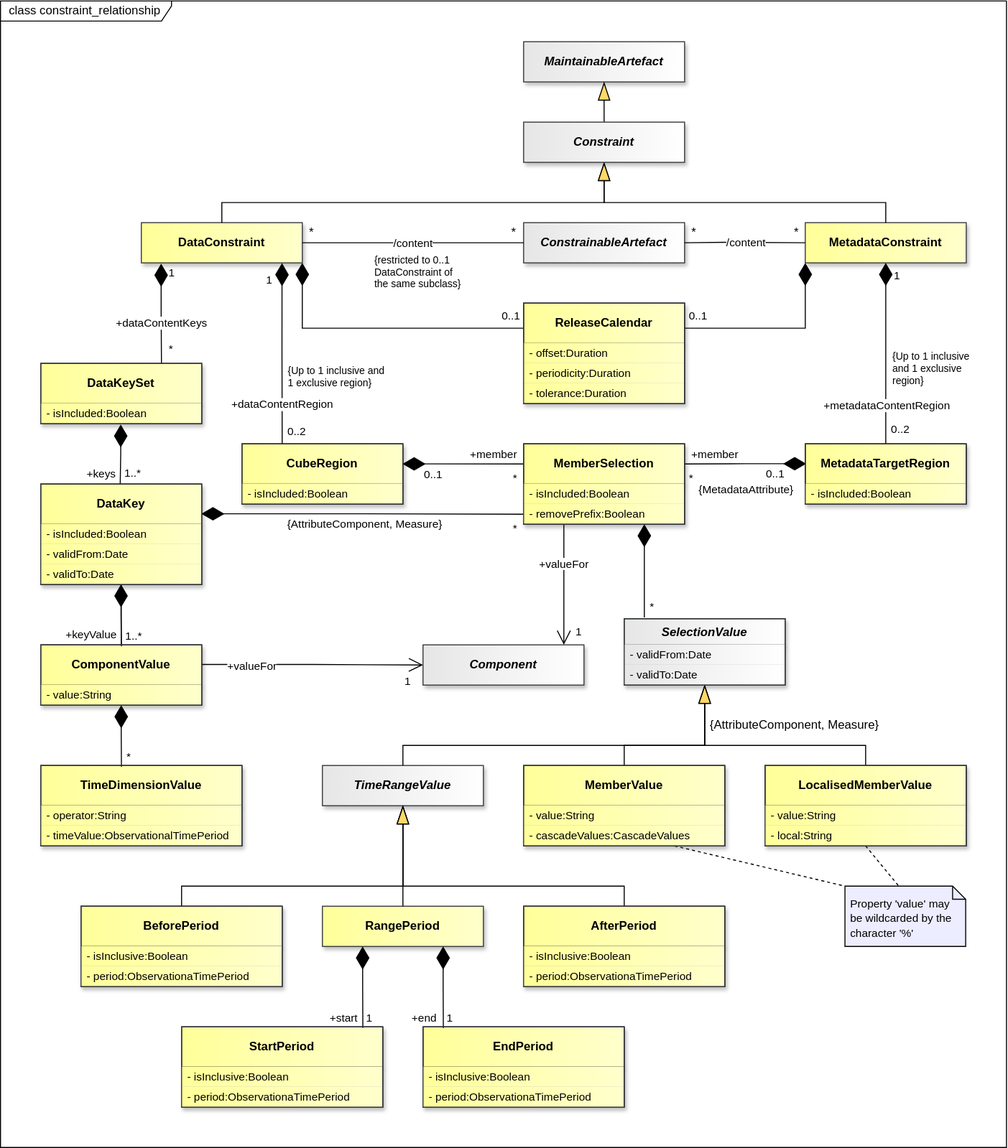
Before: docs/information_model/media/sdmx_registry-constraint_relationship.svg, a diagram exported from draw.io (sdmx-twg/sdmx-im). Source tidied: cells renumbered, new cells last; positions are measured from the earlier drawing's top-left corner, leaving out a move shared by most shapes.
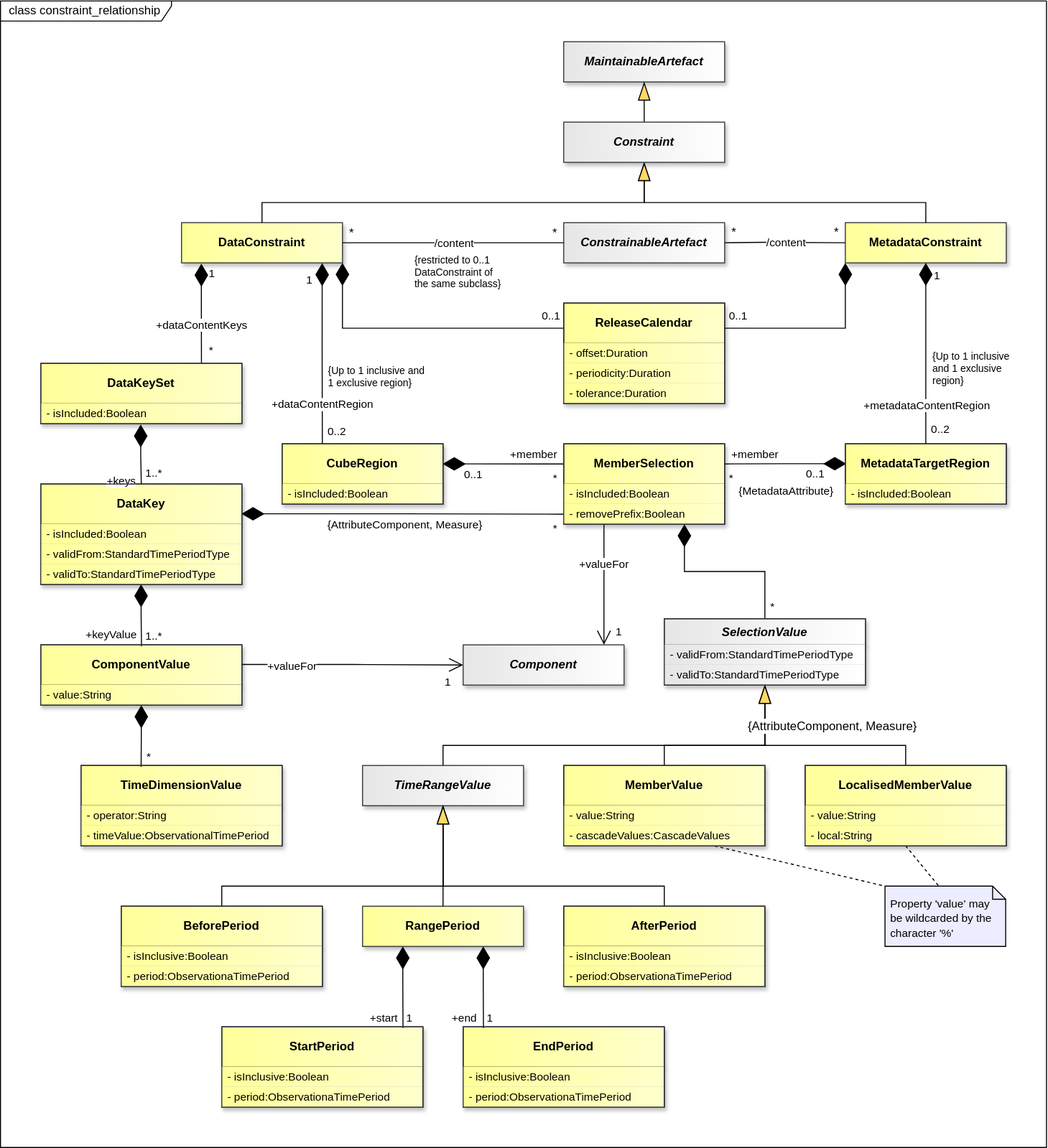
The same diagram one commit later.

Commit message:
https://github.com/sdmx-twg/sdmx-im/issues/40

What changed in the source:
```diff
@@ -131,3 +131,3 @@
     <mxCell id="44" value="&amp;nbsp; class constraint_relationship" style="shape=umlFrame;whiteSpace=wrap;html=1;fillColor=light-dark(#FFFFFF,#121212);swimlaneFillColor=light-dark(#FFFFFF,#121212);width=170;height=20;align=left;" parent="1" vertex="1">
-      <mxGeometry y="-0.5" width="1000" height="1140.5" as="geometry" />
+      <mxGeometry x="-40" y="-0.5" width="1040" height="1140.5" as="geometry" />
     </mxCell>
@@ -171,6 +171,6 @@
     <mxCell id="54" value="DataKeySet" style="swimlane;fontStyle=1;align=center;verticalAlign=middle;horizontal=1;startSize=40;whiteSpace=wrap;html=1;fillColor=light-dark(#FFFF99,#FFFF99);strokeColor=light-dark(#000000,#000000);gradientDirection=east;swimlaneLine=1;fontColor=light-dark(#000000,#000000);labelBackgroundColor=none;textShadow=0;gradientColor=light-dark(#FFFFCC,#FFFFCC);shadow=1;" parent="1" vertex="1">
-      <mxGeometry x="40" y="360" width="160" height="60" as="geometry" />
+      <mxGeometry y="360" width="200" height="60" as="geometry" />
     </mxCell>
     <mxCell id="55" value="- isIncluded:Boolean" style="text;strokeColor=none;fillColor=light-dark(#FFFF99,#FFFF99);align=left;verticalAlign=middle;spacingLeft=4;spacingRight=4;overflow=hidden;points=[[0,0.5],[1,0.5]];portConstraint=eastwest;whiteSpace=wrap;html=1;fontFamily=Helvetica;fontSize=11;fontColor=light-dark(#000000,#000000);gradientColor=light-dark(#FFFFCC,#FFFFCC);gradientDirection=east;shadow=1;" parent="54" vertex="1">
-      <mxGeometry y="40" width="160" height="20" as="geometry" />
+      <mxGeometry y="40" width="200" height="20" as="geometry" />
     </mxCell>
@@ -200,4 +200,4 @@
     </mxCell>
-    <mxCell id="62" style="endArrow=none;html=1;endSize=12;startArrow=diamondThin;startSize=20;startFill=1;edgeStyle=orthogonalEdgeStyle;rounded=0;endFill=0;strokeColor=light-dark(#000000,#FFFFFF);fontColor=light-dark(#000000,#FFFFFF);labelBackgroundColor=none;entryX=0.75;entryY=0;entryDx=0;entryDy=0;exitX=0.123;exitY=1.019;exitDx=0;exitDy=0;exitPerimeter=0;" parent="1" edge="1" source="47" target="54">
-      <mxGeometry x="-0.54" relative="1" as="geometry" />
+    <mxCell id="62" style="endArrow=none;html=1;endSize=12;startArrow=diamondThin;startSize=20;startFill=1;edgeStyle=orthogonalEdgeStyle;rounded=0;endFill=0;strokeColor=light-dark(#000000,#FFFFFF);fontColor=light-dark(#000000,#FFFFFF);labelBackgroundColor=none;entryX=0.799;entryY=0.011;entryDx=0;entryDy=0;exitX=0.123;exitY=1.019;exitDx=0;exitDy=0;exitPerimeter=0;entryPerimeter=0;" parent="1" edge="1" source="47" target="181">
+      <mxGeometry x="-0.5" relative="1" as="geometry" />
     </mxCell>
@@ -209,3 +209,3 @@
     <mxCell id="64" value="1" style="edgeLabel;html=1;align=center;verticalAlign=middle;fontSize=11;labelBackgroundColor=none;" parent="62" vertex="1">
-      <mxGeometry x="-0.82" y="3" relative="1" as="geometry">
+      <mxGeometry x="-0.8" y="3" relative="1" as="geometry">
         <mxPoint x="7" as="offset" />
@@ -214,3 +214,3 @@
     <mxCell id="65" value="+dataContentKeys" style="edgeLabel;html=1;align=center;verticalAlign=middle;fontSize=11;labelBackgroundColor=default;" parent="62" vertex="1">
-      <mxGeometry x="-0.54" relative="1" as="geometry">
+      <mxGeometry x="-0.5" relative="1" as="geometry">
         <mxPoint y="36" as="offset" />
@@ -317,16 +317,13 @@
     </mxCell>
-    <mxCell id="89" style="edgeStyle=none;curved=1;rounded=0;curveGeometry=1;jettySize=auto;html=1;fontSize=12;startSize=8;endSize=8;" parent="1" edge="1" source="90" target="117">
-      <mxGeometry relative="1" as="geometry" />
-    </mxCell>
     <mxCell id="90" value="DataKey" style="swimlane;fontStyle=1;align=center;verticalAlign=middle;horizontal=1;startSize=40;whiteSpace=wrap;html=1;fillColor=light-dark(#FFFF99,#FFFF99);strokeColor=light-dark(#000000,#000000);gradientDirection=east;swimlaneLine=1;fontColor=light-dark(#000000,#000000);labelBackgroundColor=none;textShadow=0;gradientColor=light-dark(#FFFFCC,#FFFFCC);shadow=1;" parent="1" vertex="1">
-      <mxGeometry x="40" y="480" width="160" height="100" as="geometry" />
+      <mxGeometry y="480" width="200" height="100" as="geometry" />
     </mxCell>
     <mxCell id="91" value="- isIncluded:Boolean" style="text;strokeColor=none;fillColor=light-dark(#FFFF99,#FFFF99);align=left;verticalAlign=middle;spacingLeft=4;spacingRight=4;overflow=hidden;whiteSpace=wrap;html=1;fontFamily=Helvetica;fontSize=11;fontColor=light-dark(#000000,#000000);gradientColor=light-dark(#FFFFCC,#FFFFCC);gradientDirection=east;shadow=1;" parent="90" vertex="1">
-      <mxGeometry y="40" width="160" height="20" as="geometry" />
+      <mxGeometry y="40" width="200" height="20" as="geometry" />
     </mxCell>
-    <mxCell id="92" value="- validFrom:Date" style="text;strokeColor=none;fillColor=light-dark(#FFFF99,#FFFF99);align=left;verticalAlign=middle;spacingLeft=4;spacingRight=4;overflow=hidden;whiteSpace=wrap;html=1;fontFamily=Helvetica;fontSize=11;fontColor=light-dark(#000000,#000000);gradientColor=light-dark(#FFFFCC,#FFFFCC);gradientDirection=east;shadow=1;" parent="90" vertex="1">
-      <mxGeometry y="60" width="160" height="20" as="geometry" />
+    <mxCell id="92" value="- validFrom:StandardTimePeriodType" style="text;strokeColor=none;fillColor=light-dark(#FFFF99,#FFFF99);align=left;verticalAlign=middle;spacingLeft=4;spacingRight=4;overflow=hidden;whiteSpace=wrap;html=1;fontFamily=Helvetica;fontSize=11;fontColor=light-dark(#000000,#000000);gradientColor=light-dark(#FFFFCC,#FFFFCC);gradientDirection=east;shadow=1;" parent="90" vertex="1">
+      <mxGeometry y="60" width="200" height="20" as="geometry" />
     </mxCell>
-    <mxCell id="93" value="- validTo:Date" style="text;strokeColor=none;fillColor=light-dark(#FFFF99,#FFFF99);align=left;verticalAlign=middle;spacingLeft=4;spacingRight=4;overflow=hidden;points=[[0,0.5],[1,0.5]];portConstraint=eastwest;whiteSpace=wrap;html=1;fontFamily=Helvetica;fontSize=11;fontColor=light-dark(#000000,#000000);gradientColor=light-dark(#FFFFCC,#FFFFCC);gradientDirection=east;shadow=1;" parent="90" vertex="1">
-      <mxGeometry y="80" width="160" height="20" as="geometry" />
+    <mxCell id="93" value="- validTo:StandardTimePeriodType" style="text;strokeColor=none;fillColor=light-dark(#FFFF99,#FFFF99);align=left;verticalAlign=middle;spacingLeft=4;spacingRight=4;overflow=hidden;points=[[0,0.5],[1,0.5]];portConstraint=eastwest;whiteSpace=wrap;html=1;fontFamily=Helvetica;fontSize=11;fontColor=light-dark(#000000,#000000);gradientColor=light-dark(#FFFFCC,#FFFFCC);gradientDirection=east;shadow=1;" parent="90" vertex="1">
+      <mxGeometry y="80" width="200" height="20" as="geometry" />
     </mxCell>
@@ -386,9 +383,9 @@
     <mxCell id="107" value="SelectionValue" style="swimlane;fontStyle=3;align=center;verticalAlign=top;horizontal=1;startSize=26;whiteSpace=wrap;html=1;strokeColor=#36393d;fontFamily=Helvetica;fontSize=12;fillColor=light-dark(#E6E6E6,#E6E6E6);gradientDirection=east;gradientColor=light-dark(#FFFFFF,#FFFFFF);fontColor=light-dark(#000000,#000000);shadow=1;" parent="1" vertex="1">
-      <mxGeometry x="620" y="614" width="160" height="66" as="geometry" />
+      <mxGeometry x="620" y="614" width="200" height="66" as="geometry" />
     </mxCell>
-    <mxCell id="108" value="- validFrom:Date" style="text;strokeColor=none;fillColor=light-dark(#E6E6E6,#E6E6E6);align=left;verticalAlign=middle;spacingLeft=4;spacingRight=4;overflow=hidden;whiteSpace=wrap;html=1;fontFamily=Helvetica;fontSize=11;fontColor=light-dark(#000000,#000000);fontStyle=0;gradientColor=light-dark(#FFFFFF,#FFFFFF);gradientDirection=east;shadow=1;" parent="107" vertex="1">
-      <mxGeometry y="26" width="160" height="20" as="geometry" />
+    <mxCell id="108" value="- validFrom:StandardTimePeriodType" style="text;strokeColor=none;fillColor=light-dark(#E6E6E6,#E6E6E6);align=left;verticalAlign=middle;spacingLeft=4;spacingRight=4;overflow=hidden;whiteSpace=wrap;html=1;fontFamily=Helvetica;fontSize=11;fontColor=light-dark(#000000,#000000);fontStyle=0;gradientColor=light-dark(#FFFFFF,#FFFFFF);gradientDirection=east;shadow=1;" parent="107" vertex="1">
+      <mxGeometry y="26" width="200" height="20" as="geometry" />
     </mxCell>
-    <mxCell id="109" value="- validTo:Date" style="text;strokeColor=none;fillColor=light-dark(#E6E6E6,#E6E6E6);align=left;verticalAlign=middle;spacingLeft=4;spacingRight=4;overflow=hidden;whiteSpace=wrap;html=1;fontFamily=Helvetica;fontSize=11;fontColor=light-dark(#000000,#000000);fontStyle=0;gradientColor=light-dark(#FFFFFF,#FFFFFF);gradientDirection=east;shadow=1;" parent="107" vertex="1">
-      <mxGeometry y="46" width="160" height="20" as="geometry" />
+    <mxCell id="109" value="- validTo:StandardTimePeriodType" style="text;strokeColor=none;fillColor=light-dark(#E6E6E6,#E6E6E6);align=left;verticalAlign=middle;spacingLeft=4;spacingRight=4;overflow=hidden;whiteSpace=wrap;html=1;fontFamily=Helvetica;fontSize=11;fontColor=light-dark(#000000,#000000);fontStyle=0;gradientColor=light-dark(#FFFFFF,#FFFFFF);gradientDirection=east;shadow=1;" parent="107" vertex="1">
+      <mxGeometry y="46" width="200" height="20" as="geometry" />
     </mxCell>
@@ -407,6 +404,4 @@
     </mxCell>
-    <mxCell id="113" style="endArrow=none;html=1;endSize=12;startArrow=diamondThin;startSize=20;startFill=1;edgeStyle=orthogonalEdgeStyle;rounded=0;endFill=0;strokeColor=light-dark(#000000,#FFFFFF);fontColor=light-dark(#000000,#FFFFFF);labelBackgroundColor=none;exitX=0.497;exitY=1.036;exitDx=0;exitDy=0;exitPerimeter=0;" parent="1" edge="1" source="55">
-      <mxGeometry x="-0.29" relative="1" as="geometry">
-        <mxPoint x="119" y="480" as="targetPoint" />
-      </mxGeometry>
+    <mxCell id="113" style="endArrow=none;html=1;endSize=12;startArrow=diamondThin;startSize=20;startFill=1;edgeStyle=orthogonalEdgeStyle;rounded=0;endFill=0;strokeColor=light-dark(#000000,#FFFFFF);fontColor=light-dark(#000000,#FFFFFF);labelBackgroundColor=none;exitX=0.497;exitY=1.036;exitDx=0;exitDy=0;exitPerimeter=0;entryX=0.5;entryY=0;entryDx=0;entryDy=0;" parent="1" edge="1" source="55" target="180">
+      <mxGeometry x="-0.06" relative="1" as="geometry" />
     </mxCell>
@@ -418,3 +413,3 @@
     <mxCell id="115" value="+keys" style="edgeLabel;html=1;align=center;verticalAlign=middle;fontSize=11;labelBackgroundColor=default;" parent="113" vertex="1">
-      <mxGeometry x="-0.29" relative="1" as="geometry">
+      <mxGeometry x="-0.06" relative="1" as="geometry">
         <mxPoint x="-20" y="28" as="offset" />
@@ -423,9 +418,9 @@
     <mxCell id="116" value="ComponentValue" style="swimlane;fontStyle=1;align=center;verticalAlign=middle;horizontal=1;startSize=40;whiteSpace=wrap;html=1;fillColor=light-dark(#FFFF99,#FFFF99);strokeColor=light-dark(#000000,#000000);gradientDirection=east;swimlaneLine=1;fontColor=light-dark(#000000,#000000);labelBackgroundColor=none;textShadow=0;gradientColor=light-dark(#FFFFCC,#FFFFCC);shadow=1;" parent="1" vertex="1">
-      <mxGeometry x="40" y="640" width="160" height="60" as="geometry" />
+      <mxGeometry y="640" width="200" height="60" as="geometry" />
     </mxCell>
     <mxCell id="117" value="- value:String" style="text;strokeColor=none;fillColor=light-dark(#FFFF99,#FFFF99);align=left;verticalAlign=middle;spacingLeft=4;spacingRight=4;overflow=hidden;points=[[0,0.5],[1,0.5]];portConstraint=eastwest;whiteSpace=wrap;html=1;fontFamily=Helvetica;fontSize=11;fontColor=light-dark(#000000,#000000);gradientColor=light-dark(#FFFFCC,#FFFFCC);gradientDirection=east;shadow=1;" parent="116" vertex="1">
-      <mxGeometry y="40" width="160" height="20" as="geometry" />
+      <mxGeometry y="40" width="200" height="20" as="geometry" />
     </mxCell>
-    <mxCell id="118" style="endArrow=none;html=1;endSize=12;startArrow=diamondThin;startSize=20;startFill=1;edgeStyle=orthogonalEdgeStyle;rounded=0;endFill=0;strokeColor=light-dark(#000000,#FFFFFF);fontColor=light-dark(#000000,#FFFFFF);labelBackgroundColor=none;exitX=0.75;exitY=1;exitDx=0;exitDy=0;entryX=0.125;entryY=-0.019;entryDx=0;entryDy=0;entryPerimeter=0;" parent="1" edge="1" source="94" target="107">
-      <mxGeometry x="-0.52" relative="1" as="geometry" />
+    <mxCell id="118" style="endArrow=none;html=1;endSize=12;startArrow=diamondThin;startSize=20;startFill=1;edgeStyle=orthogonalEdgeStyle;rounded=0;endFill=0;strokeColor=light-dark(#000000,#FFFFFF);fontColor=light-dark(#000000,#FFFFFF);labelBackgroundColor=none;exitX=0.75;exitY=1;exitDx=0;exitDy=0;entryX=0.5;entryY=0;entryDx=0;entryDy=0;" parent="1" edge="1" source="94" target="173">
+      <mxGeometry x="-0.49" relative="1" as="geometry" />
     </mxCell>
@@ -497,3 +492,3 @@
     </mxCell>
-    <mxCell id="137" style="endArrow=none;html=1;endSize=12;startArrow=diamondThin;startSize=20;startFill=1;edgeStyle=orthogonalEdgeStyle;rounded=0;endFill=0;strokeColor=light-dark(#000000,#FFFFFF);fontColor=light-dark(#000000,#FFFFFF);labelBackgroundColor=none;exitX=0.5;exitY=1;exitDx=0;exitDy=0;entryX=0.401;entryY=0.015;entryDx=0;entryDy=0;entryPerimeter=0;" parent="1" edge="1" source="116" target="127">
+    <mxCell id="137" style="endArrow=none;html=1;endSize=12;startArrow=diamondThin;startSize=20;startFill=1;edgeStyle=orthogonalEdgeStyle;rounded=0;endFill=0;strokeColor=light-dark(#000000,#FFFFFF);fontColor=light-dark(#000000,#FFFFFF);labelBackgroundColor=none;exitX=0.5;exitY=1;exitDx=0;exitDy=0;entryX=0.299;entryY=0.015;entryDx=0;entryDy=0;entryPerimeter=0;" parent="1" edge="1" source="116" target="178">
       <mxGeometry x="-0.19" relative="1" as="geometry" />
@@ -506,6 +501,6 @@
     <mxCell id="139" style="endArrow=blockThin;endSize=16;endFill=1;html=1;rounded=0;entryX=0.5;entryY=1;entryDx=0;entryDy=0;exitX=0.5;exitY=0;exitDx=0;exitDy=0;startFill=0;endFillColor=light-dark(#FFD966,#FFD966);strokeColor=light-dark(#000000,#FFFFFF);startFillColor=light-dark(#000000,#FFFFFF);labelBackgroundColor=none;labelBorderColor=light-dark(#000000,#FFFFFF);" parent="1" edge="1" source="130" target="107">
-      <mxGeometry x="0.5" relative="1" as="geometry">
+      <mxGeometry x="0.43" relative="1" as="geometry">
         <Array as="points">
           <mxPoint x="400" y="740" />
-          <mxPoint x="700" y="740" />
+          <mxPoint x="720" y="740" />
         </Array>
@@ -517,3 +512,3 @@
           <mxPoint x="620" y="740" />
-          <mxPoint x="700" y="740" />
+          <mxPoint x="720" y="740" />
         </Array>
@@ -522,6 +517,6 @@
     <mxCell id="141" style="endArrow=blockThin;endSize=16;endFill=1;html=1;rounded=0;entryX=0.5;entryY=1;entryDx=0;entryDy=0;exitX=0.5;exitY=0;exitDx=0;exitDy=0;startFill=0;endFillColor=light-dark(#FFD966,#FFD966);strokeColor=light-dark(#000000,#FFFFFF);startFillColor=light-dark(#000000,#FFFFFF);labelBackgroundColor=none;labelBorderColor=light-dark(#000000,#FFFFFF);" parent="1" edge="1" source="134" target="107">
-      <mxGeometry relative="1" as="geometry">
+      <mxGeometry x="0.1" relative="1" as="geometry">
         <Array as="points">
           <mxPoint x="860" y="740" />
-          <mxPoint x="700" y="740" />
+          <mxPoint x="720" y="740" />
         </Array>
@@ -530,3 +525,3 @@
     <mxCell id="142" value="{AttributeComponent, Measure}" style="edgeLabel;html=1;align=center;verticalAlign=middle;fontSize=12;" parent="141" vertex="1">
-      <mxGeometry x="-0.2" y="-2" relative="1" as="geometry">
+      <mxGeometry x="-0.11" y="-2" relative="1" as="geometry">
         <mxPoint x="4" y="-18" as="offset" />
@@ -643,3 +638,3 @@
     <mxCell id="173" style="rounded=0;whiteSpace=wrap;html=1;fillColor=none;strokeColor=#36393D;" parent="1" vertex="1">
-      <mxGeometry x="620" y="614" width="160" height="66" as="geometry" />
+      <mxGeometry x="620" y="614" width="200" height="66" as="geometry" />
     </mxCell>
@@ -661,9 +656,9 @@
     <mxCell id="179" style="rounded=0;whiteSpace=wrap;html=1;fillColor=none;strokeColor=#36393D;" parent="1" vertex="1">
-      <mxGeometry x="40" y="640" width="160" height="60" as="geometry" />
+      <mxGeometry y="640" width="200" height="60" as="geometry" />
     </mxCell>
     <mxCell id="180" style="rounded=0;whiteSpace=wrap;html=1;fillColor=none;strokeColor=#36393D;" parent="1" vertex="1">
-      <mxGeometry x="40" y="480" width="160" height="100" as="geometry" />
+      <mxGeometry y="480" width="200" height="100" as="geometry" />
     </mxCell>
     <mxCell id="181" style="rounded=0;whiteSpace=wrap;html=1;fillColor=none;strokeColor=#36393D;" parent="1" vertex="1">
-      <mxGeometry x="40" y="360" width="160" height="60" as="geometry" />
+      <mxGeometry y="360" width="200" height="60" as="geometry" />
     </mxCell>
```
